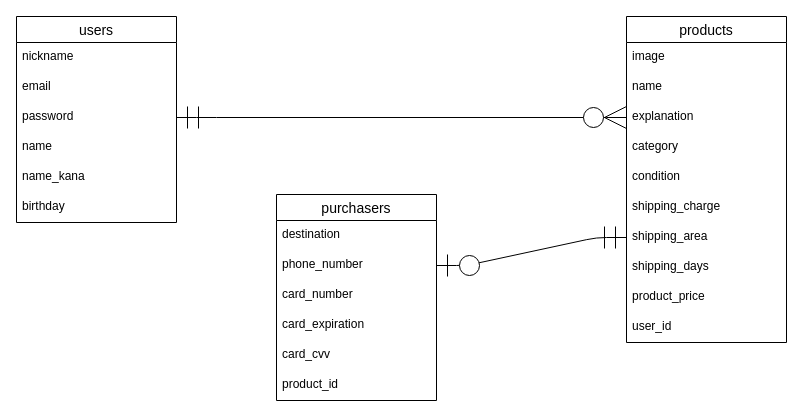
Above: er_diagram.dio in tomato95yen/furima-33463 (draw.io), before the change. Source tidied: cells renumbered, new cells numbered last; positions are measured from the earlier drawing's top-left corner, leaving out a move shared by most shapes. Both pictures are drawn from the tidied source at 100%, with x=0, y=0 at pixel (16, 16).
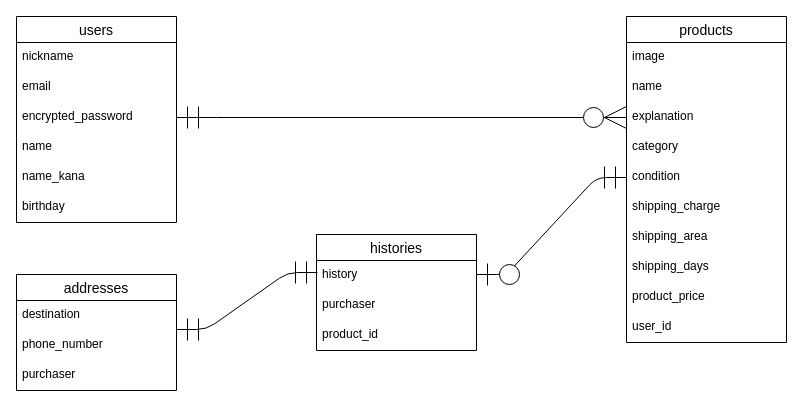
The same diagram, later.

The change refers to these unchanged cells:
```xml
<mxCell id="2" value="users" style="swimlane;fontStyle=0;horizontal=1;startSize=26;align=center;fontSize=14;" parent="1" vertex="1">
  <mxGeometry width="160" height="206" as="geometry" />
</mxCell>
<mxCell id="12" value="explanation" style="text;strokeColor=none;fillColor=none;spacingLeft=4;spacingRight=4;overflow=hidden;points=[[0,0.5],[1,0.5]];portConstraint=eastwest;fontSize=12;" parent="9" vertex="1">
  <mxGeometry y="86" width="160" height="30" as="geometry" />
</mxCell>
<mxCell id="14" value="condition" style="text;strokeColor=none;fillColor=none;spacingLeft=4;spacingRight=4;overflow=hidden;points=[[0,0.5],[1,0.5]];portConstraint=eastwest;fontSize=12;" parent="9" vertex="1">
  <mxGeometry y="146" width="160" height="30" as="geometry" />
</mxCell>
<mxCell id="16" value="shipping_area" style="text;strokeColor=none;fillColor=none;spacingLeft=4;spacingRight=4;overflow=hidden;points=[[0,0.5],[1,0.5]];portConstraint=eastwest;fontSize=12;" parent="9" vertex="1">
  <mxGeometry y="206" width="160" height="30" as="geometry" />
</mxCell>
<mxCell id="21" value="destination" style="text;strokeColor=none;fillColor=none;spacingLeft=4;spacingRight=4;overflow=hidden;points=[[0,0.5],[1,0.5]];portConstraint=eastwest;fontSize=12;" parent="20" vertex="1">
  <mxGeometry y="26" width="160" height="30" as="geometry" />
</mxCell>
<mxCell id="22" value="phone_number" style="text;strokeColor=none;fillColor=none;spacingLeft=4;spacingRight=4;overflow=hidden;points=[[0,0.5],[1,0.5]];portConstraint=eastwest;fontSize=12;" parent="20" vertex="1">
  <mxGeometry y="56" width="160" height="30" as="geometry" />
</mxCell>
```

What changed in the source:
```diff
@@
-    <mxCell id="5" value="password" style="text;strokeColor=none;fillColor=none;spacingLeft=4;spacingRight=4;overflow=hidden;points=[[0,0.5],[1,0.5]];portConstraint=eastwest;fontSize=12;" parent="2" vertex="1">
+    <mxCell id="5" value="encrypted_password" style="text;strokeColor=none;fillColor=none;spacingLeft=4;spacingRight=4;overflow=hidden;points=[[0,0.5],[1,0.5]];portConstraint=eastwest;fontSize=12;" parent="2" vertex="1">
       <mxGeometry y="86" width="160" height="30" as="geometry" />
     </mxCell>
@@
-    <mxCell id="20" value="purchasers" style="swimlane;fontStyle=0;horizontal=1;startSize=26;align=center;fontSize=14;" parent="1" vertex="1">
-      <mxGeometry x="260" y="178" width="160" height="206" as="geometry" />
+    <mxCell id="20" value="addresses" style="swimlane;fontStyle=0;horizontal=1;startSize=26;align=center;fontSize=14;" parent="1" vertex="1">
+      <mxGeometry y="258" width="160" height="116" as="geometry" />
     </mxCell>
@@
-    <mxCell id="23" value="card_number" style="text;strokeColor=none;fillColor=none;spacingLeft=4;spacingRight=4;overflow=hidden;fontSize=12;" parent="20" vertex="1">
-      <mxGeometry y="86" width="160" height="30" as="geometry" />
-    </mxCell>
-    <mxCell id="24" value="card_expiration" style="text;strokeColor=none;fillColor=none;spacingLeft=4;spacingRight=4;overflow=hidden;fontSize=12;" parent="20" vertex="1">
-      <mxGeometry y="116" width="160" height="30" as="geometry" />
-    </mxCell>
-    <mxCell id="25" value="card_cvv" style="text;strokeColor=none;fillColor=none;spacingLeft=4;spacingRight=4;overflow=hidden;fontSize=12;" parent="20" vertex="1">
-      <mxGeometry y="146" width="160" height="30" as="geometry" />
-    </mxCell>
+    <mxCell id="29" value="purchaser" style="text;strokeColor=none;fillColor=none;spacingLeft=4;spacingRight=4;overflow=hidden;fontSize=12;" parent="20" vertex="1">
+      <mxGeometry y="86" width="160" height="30" as="geometry" />
+    </mxCell>
+    <mxCell id="27" style="edgeStyle=entityRelationEdgeStyle;fontSize=12;html=1;endArrow=ERzeroToMany;startArrow=ERmandOne;exitX=1;exitY=0.5;exitDx=0;exitDy=0;entryX=0;entryY=0.5;entryDx=0;entryDy=0;endSize=20;startSize=20;" parent="1" edge="1" source="5" target="12">
+      <mxGeometry relative="1" as="geometry" />
+    </mxCell>
+    <mxCell id="30" value="histories" style="swimlane;fontStyle=0;horizontal=1;startSize=26;align=center;fontSize=14;" parent="1" vertex="1">
+      <mxGeometry x="300" y="218" width="160" height="116" as="geometry" />
+    </mxCell>
+    <mxCell id="31" value="history" style="text;strokeColor=none;fillColor=none;spacingLeft=4;spacingRight=4;overflow=hidden;points=[[0,0.5],[1,0.5]];portConstraint=eastwest;fontSize=12;" parent="30" vertex="1">
+      <mxGeometry y="26" width="160" height="30" as="geometry" />
+    </mxCell>
+    <mxCell id="32" value="purchaser" style="text;strokeColor=none;fillColor=none;spacingLeft=4;spacingRight=4;overflow=hidden;fontSize=12;" parent="30" vertex="1">
+      <mxGeometry y="56" width="160" height="30" as="geometry" />
+    </mxCell>
-    <mxCell id="26" value="product_id" style="text;strokeColor=none;fillColor=none;spacingLeft=4;spacingRight=4;overflow=hidden;fontSize=12;" parent="20" vertex="1">
-      <mxGeometry y="176" width="160" height="30" as="geometry" />
+    <mxCell id="26" value="product_id" style="text;strokeColor=none;fillColor=none;spacingLeft=4;spacingRight=4;overflow=hidden;fontSize=12;" parent="30" vertex="1">
+      <mxGeometry y="86" width="160" height="30" as="geometry" />
     </mxCell>
-    <mxCell id="27" style="edgeStyle=entityRelationEdgeStyle;fontSize=12;html=1;endArrow=ERzeroToMany;startArrow=ERmandOne;exitX=1;exitY=0.5;exitDx=0;exitDy=0;entryX=0;entryY=0.5;entryDx=0;entryDy=0;endSize=20;startSize=20;" parent="1" edge="1" source="5" target="12">
-      <mxGeometry relative="1" as="geometry" />
-    </mxCell>
-    <mxCell id="28" style="edgeStyle=entityRelationEdgeStyle;fontSize=12;html=1;endArrow=ERzeroToOne;startArrow=ERmandOne;exitX=0;exitY=0.5;exitDx=0;exitDy=0;exitPerimeter=0;endSize=20;startSize=20;" parent="1" edge="1" source="16" target="22">
-      <mxGeometry relative="1" as="geometry" />
-    </mxCell>
+    <mxCell id="33" style="edgeStyle=entityRelationEdgeStyle;fontSize=12;html=1;endArrow=ERzeroToOne;startArrow=ERmandOne;endSize=20;startSize=20;entryX=1;entryY=0.467;entryDx=0;entryDy=0;entryPerimeter=0;" parent="1" edge="1" source="14" target="31">
+      <mxGeometry relative="1" as="geometry" />
+    </mxCell>
+    <mxCell id="34" style="edgeStyle=entityRelationEdgeStyle;fontSize=12;html=1;endArrow=ERmandOne;startArrow=ERmandOne;exitX=1;exitY=0.967;exitDx=0;exitDy=0;exitPerimeter=0;entryX=0.006;entryY=0.067;entryDx=0;entryDy=0;entryPerimeter=0;endSize=20;startSize=20;" parent="1" edge="1" source="21">
+      <mxGeometry relative="1" as="geometry">
+        <mxPoint x="301" y="256" as="targetPoint" />
+      </mxGeometry>
+    </mxCell>
```
